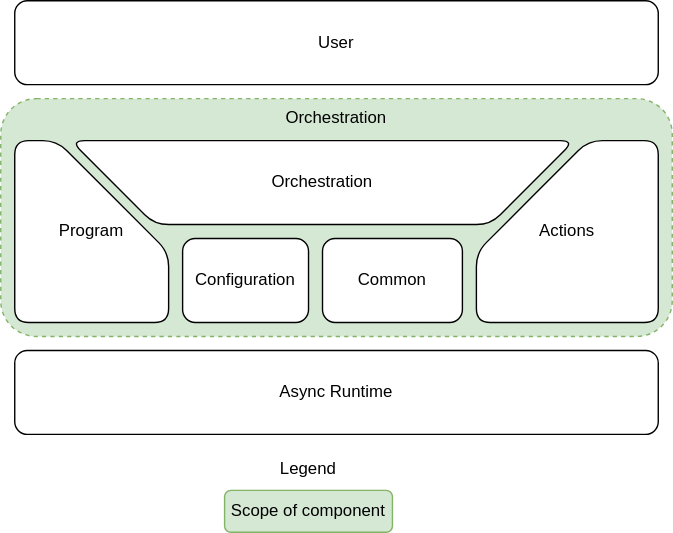
Before: src/orchestration/doc/images/orch_static_view.drawio.svg, a diagram exported from draw.io (qorix-group/inc_orchestrator). Source tidied: cells renumbered, new cells last; positions are measured from the earlier drawing's top-left corner, leaving out a move shared by most shapes.
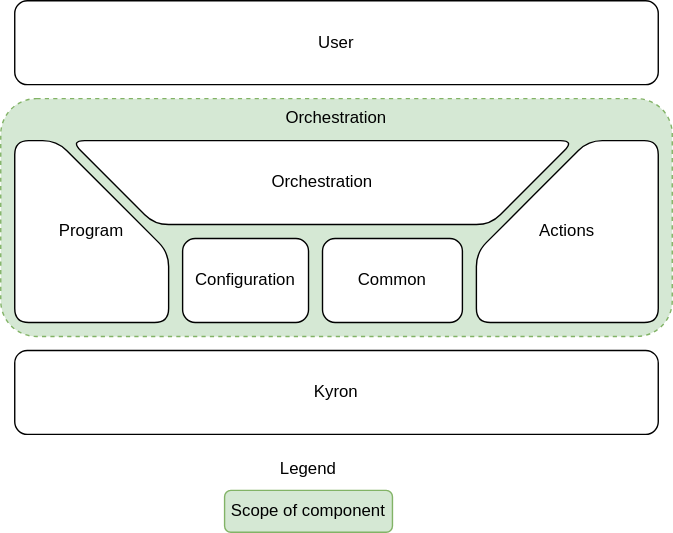
After the change.

What changed in the source:
```diff
@@ -5,7 +5,7 @@
     <mxCell id="2" value="Orchestration" style="rounded=1;whiteSpace=wrap;html=1;fillColor=#d5e8d4;dashed=1;verticalAlign=top;strokeColor=#82b366;" parent="1" vertex="1">
       <mxGeometry y="70" width="480" height="170" as="geometry" />
     </mxCell>
-    <mxCell id="3" value="Async Runtime" style="rounded=1;whiteSpace=wrap;html=1;" parent="1" vertex="1">
+    <mxCell id="3" value="Kyron" style="rounded=1;whiteSpace=wrap;html=1;" parent="1" vertex="1">
       <mxGeometry x="10" y="250" width="460" height="60" as="geometry" />
     </mxCell>
     <mxCell id="4" value="Common" style="rounded=1;whiteSpace=wrap;html=1;" parent="1" vertex="1">
```
